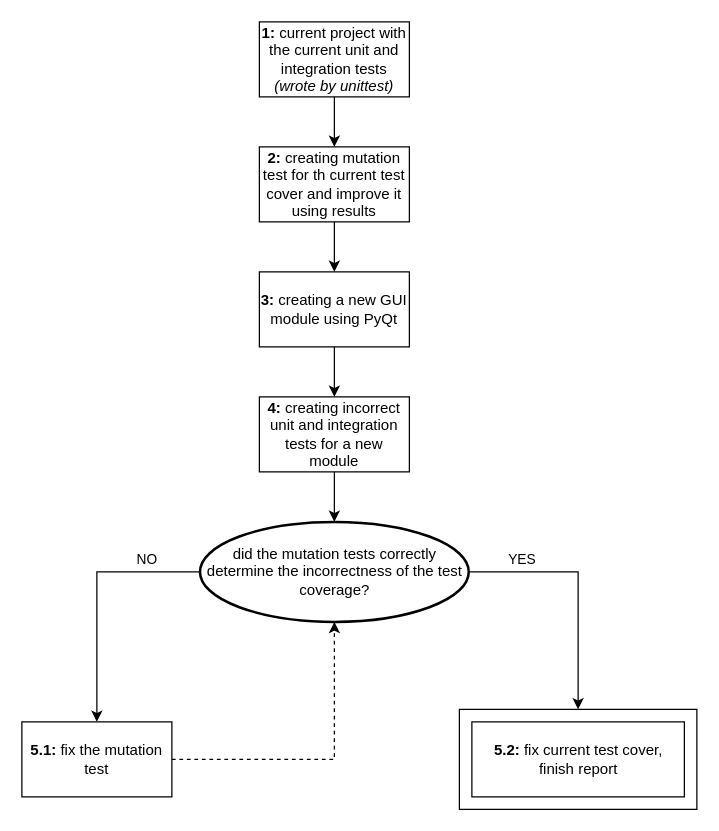
The draw.io diagram resources/Untitled Diagram.drawio in semwett0301/cs_3_lab, before the edit. Source tidied: cells renumbered, new cells numbered last; positions are measured from the earlier drawing's top-left corner, leaving out a move shared by most shapes. Both pictures are drawn from the tidied source at 125%, with x=0, y=0 at pixel (21, 21).
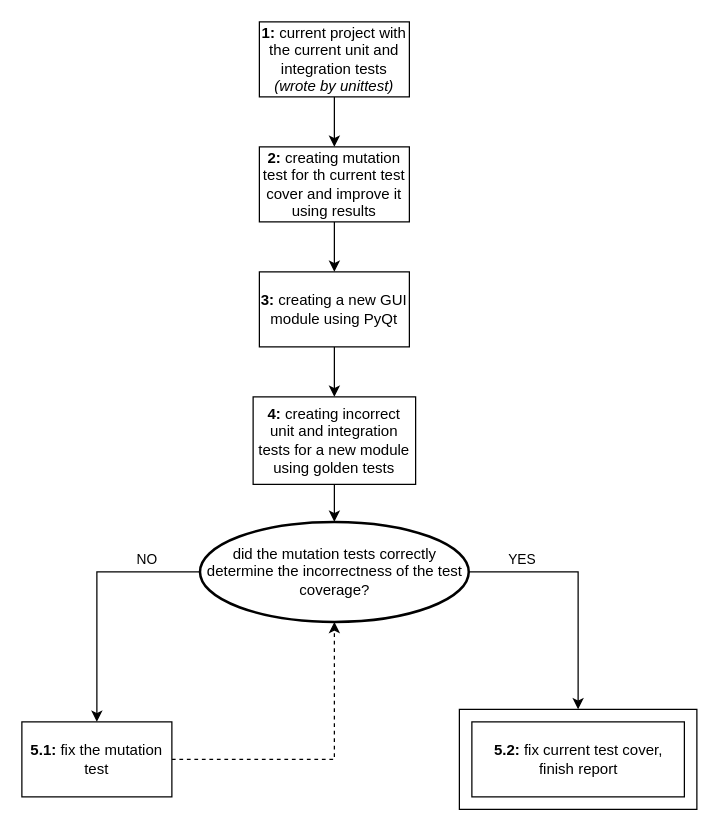
After the change.

What changed in the source:
```diff
@@
 <mxGraphModel>
   <root>
     <mxCell id="0" />
     <mxCell id="1" parent="0" />
     <mxCell id="2" style="edgeStyle=orthogonalEdgeStyle;rounded=0;jettySize=auto;html=1;" parent="1" edge="1" source="3" target="5">
       <mxGeometry relative="1" as="geometry" />
     </mxCell>
     <mxCell id="3" value="&lt;b&gt;1:&lt;/b&gt; current project with the current unit and integration tests&lt;br&gt;&lt;i&gt;(wrote by unittest)&lt;/i&gt;" style="rounded=0;whiteSpace=wrap;html=1;" parent="1" vertex="1">
       <mxGeometry x="190" width="120" height="60" as="geometry" />
     </mxCell>
     <mxCell id="4" style="edgeStyle=orthogonalEdgeStyle;rounded=0;jettySize=auto;html=1;" parent="1" edge="1" source="5" target="7">
       <mxGeometry relative="1" as="geometry" />
     </mxCell>
     <mxCell id="5" value="&lt;b&gt;2: &lt;/b&gt;creating mutation test for th current test cover and improve it using results" style="rounded=0;whiteSpace=wrap;html=1;" parent="1" vertex="1">
       <mxGeometry x="190" y="100" width="120" height="60" as="geometry" />
     </mxCell>
     <mxCell id="6" style="edgeStyle=orthogonalEdgeStyle;rounded=0;jettySize=auto;html=1;" parent="1" edge="1" source="7" target="9">
       <mxGeometry relative="1" as="geometry" />
     </mxCell>
     <mxCell id="7" value="&lt;b&gt;3:&amp;nbsp;&lt;/b&gt;creating a new GUI module using PyQt" style="rounded=0;whiteSpace=wrap;html=1;" parent="1" vertex="1">
       <mxGeometry x="190" y="200" width="120" height="60" as="geometry" />
     </mxCell>
     <mxCell id="8" style="edgeStyle=orthogonalEdgeStyle;rounded=0;jettySize=auto;html=1;" parent="1" edge="1" source="9" target="16">
       <mxGeometry relative="1" as="geometry" />
     </mxCell>
-    <mxCell id="9" value="&lt;b&gt;4:&amp;nbsp;&lt;/b&gt;creating incorrect unit and integration tests for a new module" style="rounded=0;whiteSpace=wrap;html=1;" parent="1" vertex="1">
-      <mxGeometry x="190" y="300" width="120" height="60" as="geometry" />
+    <mxCell id="9" value="&lt;b&gt;4:&amp;nbsp;&lt;/b&gt;creating incorrect unit and integration tests for a new module using golden tests" style="rounded=0;whiteSpace=wrap;html=1;" parent="1" vertex="1">
+      <mxGeometry x="185" y="300" width="130" height="70" as="geometry" />
     </mxCell>
     <mxCell id="10" style="edgeStyle=orthogonalEdgeStyle;rounded=0;jettySize=auto;html=1;entryX=0.5;entryY=1;entryDx=0;entryDy=0;entryPerimeter=0;dashed=1;" parent="1" edge="1" source="11" target="16">
       <mxGeometry relative="1" as="geometry" />
     </mxCell>
     <mxCell id="11" value="&lt;b&gt;5.1: &lt;/b&gt;fix the mutation test" style="rounded=0;whiteSpace=wrap;html=1;" parent="1" vertex="1">
       <mxGeometry y="560" width="120" height="60" as="geometry" />
     </mxCell>
     <mxCell id="12" style="verticalLabelPosition=bottom;verticalAlign=top;html=1;shape=mxgraph.basic.frame;dx=10;whiteSpace=wrap;" parent="1" vertex="1">
       <mxGeometry x="350" y="550" width="190" height="80" as="geometry" />
     </mxCell>
     <mxCell id="13" value="&lt;b style=&quot;border-color: var(--border-color);&quot;&gt;5.2:&amp;nbsp;&lt;/b&gt;fix current test cover,&lt;br&gt;finish report" style="text;html=1;align=center;verticalAlign=middle;strokeColor=none;fillColor=none;" parent="1" vertex="1">
       <mxGeometry x="365" y="570" width="160" height="40" as="geometry" />
     </mxCell>
     <mxCell id="14" value="NO" style="edgeStyle=orthogonalEdgeStyle;rounded=0;jettySize=auto;html=1;entryX=0.5;entryY=0;entryDx=0;entryDy=0;" parent="1" edge="1" source="16" target="11">
       <mxGeometry x="-0.58" y="-10" relative="1" as="geometry" />
     </mxCell>
     <mxCell id="15" value="YES" style="edgeStyle=orthogonalEdgeStyle;rounded=0;jettySize=auto;html=1;entryX=0.5;entryY=0;entryDx=0;entryDy=0;entryPerimeter=0;exitX=1;exitY=0.5;exitDx=0;exitDy=0;exitPerimeter=0;" parent="1" edge="1" source="16" target="12">
       <mxGeometry x="-0.57" y="10" relative="1" as="geometry" />
     </mxCell>
     <mxCell id="16" value="did the mutation tests correctly determine the incorrectness of the test coverage?" style="strokeWidth=2;html=1;shape=mxgraph.flowchart.start_2;whiteSpace=wrap;" parent="1" vertex="1">
       <mxGeometry x="142.5" y="400" width="215" height="80" as="geometry" />
     </mxCell>
   </root>
 </mxGraphModel>
```
